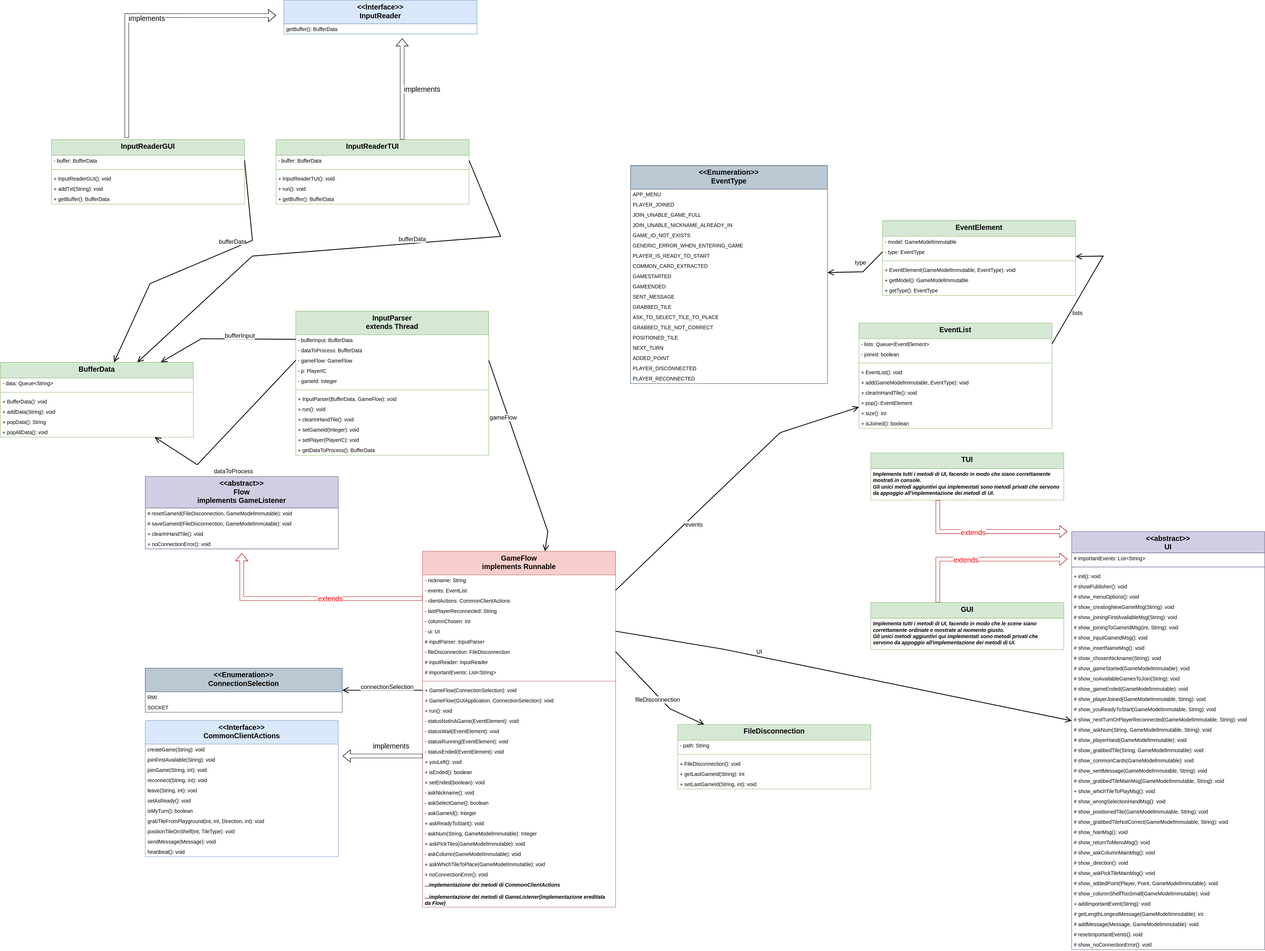
Before: Documents/Presentation Doc/FlowUML/GameFlow_final.svg, a diagram exported from draw.io (TheFedelino01/ing-sw-2023-saccani-spangaro-sanvito-pedersoli). Source tidied: cells renumbered, new cells last; positions are measured from the earlier drawing's top-left corner, leaving out a move shared by most shapes.
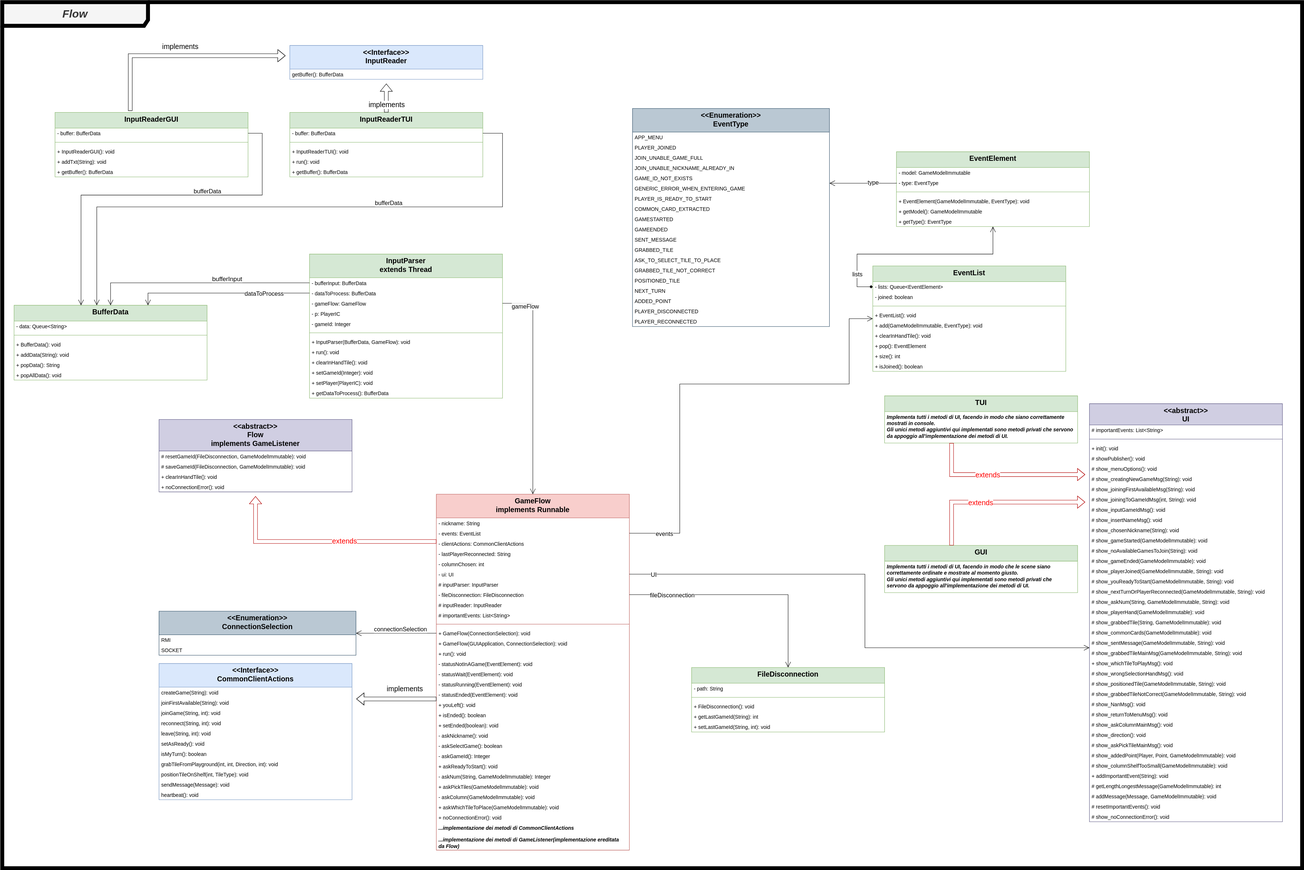
After the commit.

Change to the diagram source:
```diff
@@ -2,6 +2,9 @@
   <root>
     <mxCell id="0" />
     <mxCell id="1" parent="0" />
+    <mxCell id="210" value="&lt;span style=&quot;font-size: 28px;&quot;&gt;&lt;b&gt;&lt;i&gt;Flow&lt;/i&gt;&lt;/b&gt;&lt;/span&gt;" style="shape=umlFrame;whiteSpace=wrap;html=1;width=370;height=60;fillColor=#f5f5f5;strokeColor=#000000;strokeWidth=10;fontColor=#333333;" parent="1" vertex="1">
+      <mxGeometry x="-30" y="150" width="3300" height="2200" as="geometry" />
+    </mxCell>
     <mxCell id="2" value="&lt;&lt;abstract&gt;&gt;&#10;Flow&#10;implements GameListener&#10;" style="swimlane;fontStyle=1;align=center;verticalAlign=top;horizontal=1;startSize=80;fillColor=#d0cee2;strokeColor=#56517e;fontSize=18;" parent="1" vertex="1">
       <mxGeometry x="368" y="1210" width="490" height="184" as="geometry" />
     </mxCell>
@@ -153,7 +156,7 @@
       <mxGeometry y="320" width="490" height="26" as="geometry" />
     </mxCell>
     <mxCell id="52" value="&lt;&lt;abstract&gt;&gt;&#10;UI&#10;" style="swimlane;fontStyle=1;align=center;verticalAlign=top;horizontal=1;startSize=54;fillColor=#d0cee2;strokeColor=#56517e;fontSize=18;" parent="1" vertex="1">
-      <mxGeometry x="2720" y="1350" width="490" height="1062" as="geometry" />
+      <mxGeometry x="2730" y="1170" width="490" height="1062" as="geometry" />
     </mxCell>
     <mxCell id="53" value="# importantEvents: List&lt;String&gt;" style="text;strokeColor=none;fillColor=none;align=left;verticalAlign=top;spacingLeft=4;spacingRight=4;overflow=hidden;fontSize=13;" parent="52" vertex="1">
       <mxGeometry y="54" width="490" height="26" as="geometry" />
@@ -294,7 +297,7 @@
       <mxGeometry y="40" width="490" height="80" as="geometry" />
     </mxCell>
     <mxCell id="99" value="&lt;&lt;Enumeration&gt;&gt;&#10;EventType&#10;&#10;" style="swimlane;fontStyle=1;align=center;verticalAlign=top;horizontal=1;startSize=60;fillColor=#bac8d3;strokeColor=#23445d;fontSize=18;" parent="1" vertex="1">
-      <mxGeometry x="1600" y="420" width="500" height="554" as="geometry" />
+      <mxGeometry x="1570" y="420" width="500" height="554" as="geometry" />
     </mxCell>
     <mxCell id="100" value="APP_MENU" style="text;strokeColor=none;fillColor=none;align=left;verticalAlign=top;spacingLeft=4;spacingRight=4;overflow=hidden;fontSize=13;" parent="99" vertex="1">
       <mxGeometry y="60" width="500" height="26" as="geometry" />
@@ -384,7 +387,7 @@
       <mxGeometry y="242" width="490" height="26" as="geometry" />
     </mxCell>
     <mxCell id="129" value="EventElement" style="swimlane;fontStyle=1;align=center;verticalAlign=top;horizontal=1;startSize=40;fillColor=#d5e8d4;strokeColor=#82b366;fontSize=18;" parent="1" vertex="1">
-      <mxGeometry x="2240" y="560" width="490" height="190" as="geometry" />
+      <mxGeometry x="2240" y="530" width="490" height="190" as="geometry" />
     </mxCell>
     <mxCell id="130" value="- model: GameModelImmutable" style="text;strokeColor=none;fillColor=none;align=left;verticalAlign=top;spacingLeft=4;spacingRight=4;overflow=hidden;fontSize=13;" parent="129" vertex="1">
       <mxGeometry y="40" width="490" height="26" as="geometry" />
@@ -483,13 +486,13 @@
       <mxGeometry y="340" width="490" height="26" as="geometry" />
     </mxCell>
     <mxCell id="162" value="&lt;&lt;Interface&gt;&gt;&#10;InputReader" style="swimlane;fontStyle=1;align=center;verticalAlign=top;horizontal=1;startSize=60;fillColor=#dae8fc;strokeColor=#6c8ebf;fontSize=18;" parent="1" vertex="1">
-      <mxGeometry x="720" width="490" height="86" as="geometry" />
+      <mxGeometry x="700" y="260" width="490" height="86" as="geometry" />
     </mxCell>
     <mxCell id="163" value="getBuffer(): BufferData" style="text;strokeColor=none;fillColor=none;align=left;verticalAlign=top;spacingLeft=4;spacingRight=4;overflow=hidden;fontSize=13;" parent="162" vertex="1">
       <mxGeometry y="60" width="490" height="26" as="geometry" />
     </mxCell>
     <mxCell id="164" value="InputReaderTUI" style="swimlane;fontStyle=1;align=center;verticalAlign=top;horizontal=1;startSize=40;fillColor=#d5e8d4;strokeColor=#82b366;fontSize=18;" parent="1" vertex="1">
-      <mxGeometry x="700" y="354" width="490" height="164" as="geometry" />
+      <mxGeometry x="700" y="430" width="490" height="164" as="geometry" />
     </mxCell>
     <mxCell id="165" value="- buffer: BufferData" style="text;strokeColor=none;fillColor=none;align=left;verticalAlign=top;spacingLeft=4;spacingRight=4;overflow=hidden;points=[[0,0.5],[1,0.5]];portConstraint=eastwest;fontSize=13;" parent="164" vertex="1">
       <mxGeometry y="40" width="490" height="26" as="geometry" />
@@ -507,7 +510,7 @@
       <mxGeometry y="138" width="490" height="26" as="geometry" />
     </mxCell>
     <mxCell id="170" value="InputReaderGUI" style="swimlane;fontStyle=1;align=center;verticalAlign=top;horizontal=1;startSize=40;fillColor=#d5e8d4;strokeColor=#82b366;fontSize=18;" parent="1" vertex="1">
-      <mxGeometry x="130" y="354" width="490" height="164" as="geometry" />
+      <mxGeometry x="104" y="430" width="490" height="164" as="geometry" />
     </mxCell>
     <mxCell id="171" value="- buffer: BufferData" style="text;strokeColor=none;fillColor=none;align=left;verticalAlign=top;spacingLeft=4;spacingRight=4;overflow=hidden;points=[[0,0.5],[1,0.5]];portConstraint=eastwest;fontSize=13;" parent="170" vertex="1">
       <mxGeometry y="40" width="490" height="26" as="geometry" />
@@ -518,12 +521,11 @@
     <mxCell id="173" value="+ InputReaderGUI(): void" style="text;strokeColor=none;fillColor=none;align=left;verticalAlign=top;spacingLeft=4;spacingRight=4;overflow=hidden;fontSize=13;" parent="170" vertex="1">
       <mxGeometry y="86" width="490" height="26" as="geometry" />
     </mxCell>
-    <mxCell id="174" style="edgeStyle=orthogonalEdgeStyle;shape=flexArrow;rounded=0;orthogonalLoop=1;jettySize=auto;html=1;strokeColor=default;strokeWidth=1;fontSize=18;startArrow=none;startFill=0;endArrow=classic;endFill=0;targetPerimeterSpacing=11;" parent="170" edge="1">
+    <mxCell id="174" style="edgeStyle=orthogonalEdgeStyle;shape=flexArrow;rounded=0;jettySize=auto;html=1;strokeColor=default;strokeWidth=1;fontSize=18;startArrow=none;startFill=0;endArrow=classic;endFill=0;targetPerimeterSpacing=11;" parent="170" edge="1" target="162">
       <mxGeometry relative="1" as="geometry">
         <mxPoint x="191" y="-4" as="sourcePoint" />
-        <mxPoint x="570" y="-315" as="targetPoint" />
         <Array as="points">
-          <mxPoint x="191" y="-315" />
+          <mxPoint x="191" y="-144" />
         </Array>
       </mxGeometry>
     </mxCell>
@@ -539,16 +541,11 @@
       <mxGeometry y="138" width="490" height="26" as="geometry" />
     </mxCell>
     <mxCell id="178" style="edgeStyle=orthogonalEdgeStyle;shape=flexArrow;rounded=0;jettySize=auto;html=1;strokeColor=default;strokeWidth=1;fontSize=18;startArrow=none;startFill=0;endArrow=classic;endFill=0;targetPerimeterSpacing=11;" parent="1" edge="1" source="164" target="162">
-      <mxGeometry relative="1" as="geometry">
-        <Array as="points">
-          <mxPoint x="1020" y="220" />
-          <mxPoint x="1020" y="220" />
-        </Array>
-      </mxGeometry>
+      <mxGeometry relative="1" as="geometry" />
     </mxCell>
     <mxCell id="179" value="implements" style="edgeLabel;html=1;align=center;verticalAlign=middle;fontSize=18;" parent="178" vertex="1">
       <mxGeometry x="-0.18" y="-1" relative="1" as="geometry">
-        <mxPoint x="48" y="-25" as="offset" />
+        <mxPoint x="-1" y="10" as="offset" />
       </mxGeometry>
     </mxCell>
     <mxCell id="180" style="edgeStyle=orthogonalEdgeStyle;shape=flexArrow;rounded=0;jettySize=auto;html=1;strokeColor=#B20000;strokeWidth=1;fontSize=18;startArrow=none;startFill=0;endArrow=classic;endFill=0;targetPerimeterSpacing=11;fillColor=none;" parent="1" edge="1" source="95" target="52">
@@ -594,47 +591,40 @@
         <mxPoint x="2" y="-25" as="offset" />
       </mxGeometry>
     </mxCell>
-    <mxCell id="188" style="endArrow=open;endFill=1;endSize=12;html=1;rounded=0;strokeWidth=2;" parent="1" edge="1" source="150" target="136">
-      <mxGeometry relative="1" as="geometry">
-        <Array as="points">
-          <mxPoint x="510" y="860" />
-        </Array>
-      </mxGeometry>
+    <mxCell id="188" style="endArrow=open;endFill=1;endSize=12;html=1;rounded=0;strokeWidth=1;edgeStyle=orthogonalEdgeStyle;" parent="1" edge="1" source="150" target="136">
+      <mxGeometry relative="1" as="geometry" />
     </mxCell>
     <mxCell id="189" value="&lt;font style=&quot;font-size: 16px;&quot;&gt;bufferInput&lt;/font&gt;" style="edgeLabel;html=1;align=center;verticalAlign=middle;" parent="188" vertex="1">
       <mxGeometry x="-0.34" y="4" relative="1" as="geometry">
         <mxPoint x="-24" y="-15" as="offset" />
       </mxGeometry>
     </mxCell>
-    <mxCell id="190" style="endArrow=open;endFill=1;endSize=12;html=1;rounded=0;strokeWidth=2;exitX=0;exitY=0.5;exitDx=0;exitDy=0;" parent="1" edge="1" source="152" target="136">
+    <mxCell id="190" style="endArrow=open;endFill=1;endSize=12;html=1;rounded=0;strokeWidth=1;edgeStyle=orthogonalEdgeStyle;" parent="1" edge="1" source="151" target="136">
       <mxGeometry relative="1" as="geometry">
         <Array as="points">
-          <mxPoint x="500" y="1180" />
+          <mxPoint x="340" y="889" />
         </Array>
       </mxGeometry>
     </mxCell>
     <mxCell id="191" value="&lt;font style=&quot;font-size: 15px;&quot;&gt;dataToProcess&lt;/font&gt;" style="edgeLabel;html=1;align=center;verticalAlign=middle;" parent="190" vertex="1">
       <mxGeometry x="-0.34" y="4" relative="1" as="geometry">
-        <mxPoint x="-50" y="157" as="offset" />
+        <mxPoint x="30" y="-4" as="offset" />
       </mxGeometry>
     </mxCell>
-    <mxCell id="192" style="endArrow=open;endFill=1;endSize=12;html=1;rounded=0;strokeWidth=2;exitX=1;exitY=0.5;exitDx=0;exitDy=0;" parent="1" edge="1" source="152" target="7">
-      <mxGeometry relative="1" as="geometry">
-        <Array as="points">
-          <mxPoint x="1390" y="1350" />
-        </Array>
-      </mxGeometry>
+    <mxCell id="192" style="endArrow=open;endFill=1;endSize=12;html=1;rounded=0;strokeWidth=1;exitX=1;exitY=0.5;exitDx=0;exitDy=0;edgeStyle=orthogonalEdgeStyle;" parent="1" edge="1" source="152" target="7">
+      <mxGeometry relative="1" as="geometry" />
     </mxCell>
     <mxCell id="193" value="&lt;font style=&quot;font-size: 15px;&quot;&gt;gameFlow&lt;/font&gt;" style="edgeLabel;html=1;align=center;verticalAlign=middle;" parent="192" vertex="1">
       <mxGeometry x="-0.34" y="4" relative="1" as="geometry">
-        <mxPoint x="-24" y="-15" as="offset" />
+        <mxPoint x="-24" y="-102" as="offset" />
       </mxGeometry>
     </mxCell>
-    <mxCell id="194" style="endArrow=open;endFill=1;endSize=12;html=1;rounded=0;strokeWidth=2;exitX=1;exitY=0.5;exitDx=0;exitDy=0;" parent="1" edge="1" source="165" target="136">
+    <mxCell id="194" style="endArrow=open;endFill=1;endSize=12;html=1;rounded=0;strokeWidth=1;exitX=1;exitY=0.5;exitDx=0;exitDy=0;edgeStyle=orthogonalEdgeStyle;" parent="1" edge="1" source="165" target="136">
       <mxGeometry relative="1" as="geometry">
         <Array as="points">
-          <mxPoint x="1270" y="600" />
-          <mxPoint x="640" y="650" />
+          <mxPoint x="1240" y="483" />
+          <mxPoint x="1240" y="670" />
+          <mxPoint x="210" y="670" />
         </Array>
       </mxGeometry>
     </mxCell>
@@ -643,11 +633,12 @@
         <mxPoint x="-24" y="-15" as="offset" />
       </mxGeometry>
     </mxCell>
-    <mxCell id="196" style="endArrow=open;endFill=1;endSize=12;html=1;rounded=0;strokeWidth=2;exitX=1;exitY=0.5;exitDx=0;exitDy=0;" parent="1" edge="1" source="171" target="136">
+    <mxCell id="196" style="endArrow=open;endFill=1;endSize=12;html=1;rounded=0;strokeWidth=1;exitX=1;exitY=0.5;exitDx=0;exitDy=0;edgeStyle=orthogonalEdgeStyle;" parent="1" edge="1" source="171" target="136">
       <mxGeometry relative="1" as="geometry">
         <Array as="points">
-          <mxPoint x="640" y="610" />
-          <mxPoint x="380" y="720" />
+          <mxPoint x="630" y="483" />
+          <mxPoint x="630" y="640" />
+          <mxPoint x="170" y="640" />
         </Array>
       </mxGeometry>
     </mxCell>
@@ -656,7 +647,7 @@
         <mxPoint x="-24" y="-15" as="offset" />
       </mxGeometry>
     </mxCell>
-    <mxCell id="198" style="endArrow=open;endFill=1;endSize=12;html=1;rounded=0;strokeWidth=2;exitX=0;exitY=0.5;exitDx=0;exitDy=0;" parent="1" edge="1" source="19" target="92">
+    <mxCell id="198" style="endArrow=open;endFill=1;endSize=12;html=1;rounded=0;strokeWidth=1;exitX=0;exitY=0.5;exitDx=0;exitDy=0;" parent="1" edge="1" source="19" target="92">
       <mxGeometry relative="1" as="geometry" />
     </mxCell>
     <mxCell id="199" value="&lt;font style=&quot;font-size: 15px;&quot;&gt;connectionSelection&lt;/font&gt;" style="edgeLabel;html=1;align=center;verticalAlign=middle;" parent="198" vertex="1">
@@ -664,64 +655,67 @@
         <mxPoint x="-24" y="-15" as="offset" />
       </mxGeometry>
     </mxCell>
-    <mxCell id="200" style="endArrow=open;endFill=1;endSize=12;html=1;rounded=0;strokeWidth=2;exitX=1;exitY=0.5;exitDx=0;exitDy=0;" parent="1" edge="1" source="13" target="52">
+    <mxCell id="200" style="endArrow=open;endFill=1;endSize=12;html=1;rounded=0;strokeWidth=1;exitX=1;exitY=0.5;exitDx=0;exitDy=0;edgeStyle=orthogonalEdgeStyle;" parent="1" edge="1" source="13" target="52">
       <mxGeometry relative="1" as="geometry">
         <Array as="points">
-          <mxPoint x="1837" y="1649" />
+          <mxPoint x="2160" y="1603" />
+          <mxPoint x="2160" y="1790" />
         </Array>
       </mxGeometry>
     </mxCell>
     <mxCell id="201" value="&lt;font style=&quot;font-size: 15px;&quot;&gt;UI&lt;/font&gt;" style="edgeLabel;html=1;align=center;verticalAlign=middle;" parent="200" vertex="1">
       <mxGeometry x="-0.34" y="4" relative="1" as="geometry">
-        <mxPoint x="-24" y="-15" as="offset" />
+        <mxPoint x="-388" y="4" as="offset" />
       </mxGeometry>
     </mxCell>
-    <mxCell id="202" style="endArrow=open;endFill=1;endSize=12;html=1;rounded=0;strokeWidth=2;exitX=1;exitY=0.5;exitDx=0;exitDy=0;" parent="1" edge="1" source="120" target="129">
+    <mxCell id="202" style="endArrow=open;endFill=1;endSize=12;html=1;rounded=0;strokeWidth=1;edgeStyle=orthogonalEdgeStyle;startArrow=diamond;startFill=1;" parent="1" edge="1" source="120" target="129">
       <mxGeometry relative="1" as="geometry">
         <Array as="points">
-          <mxPoint x="2800" y="650" />
+          <mxPoint x="2140" y="873" />
+          <mxPoint x="2140" y="790" />
+          <mxPoint x="2485" y="790" />
         </Array>
       </mxGeometry>
     </mxCell>
     <mxCell id="203" value="&lt;font style=&quot;font-size: 15px;&quot;&gt;lists&lt;/font&gt;" style="edgeLabel;html=1;align=center;verticalAlign=middle;" parent="202" vertex="1">
       <mxGeometry x="-0.34" y="4" relative="1" as="geometry">
-        <mxPoint x="12" y="14" as="offset" />
+        <mxPoint x="-55" y="54" as="offset" />
       </mxGeometry>
     </mxCell>
-    <mxCell id="204" style="endArrow=open;endFill=1;endSize=12;html=1;rounded=0;strokeWidth=2;exitX=0;exitY=0.5;exitDx=0;exitDy=0;" parent="1" edge="1" source="131" target="99">
+    <mxCell id="204" style="endArrow=open;endFill=1;endSize=12;html=1;rounded=0;strokeWidth=1;exitX=0;exitY=0.5;exitDx=0;exitDy=0;edgeStyle=orthogonalEdgeStyle;" parent="1" edge="1" source="131" target="99">
       <mxGeometry relative="1" as="geometry">
         <Array as="points">
-          <mxPoint x="2190" y="690" />
+          <mxPoint x="2150" y="610" />
+          <mxPoint x="2150" y="610" />
         </Array>
       </mxGeometry>
     </mxCell>
     <mxCell id="205" value="&lt;font style=&quot;font-size: 15px;&quot;&gt;type&lt;/font&gt;" style="edgeLabel;html=1;align=center;verticalAlign=middle;" parent="204" vertex="1">
       <mxGeometry x="-0.34" y="4" relative="1" as="geometry">
-        <mxPoint x="-24" y="-15" as="offset" />
+        <mxPoint x="-4" y="-7" as="offset" />
       </mxGeometry>
     </mxCell>
-    <mxCell id="206" style="endArrow=open;endFill=1;endSize=12;html=1;rounded=0;strokeWidth=2;exitX=1;exitY=0.5;exitDx=0;exitDy=0;" parent="1" edge="1" source="9" target="119">
+    <mxCell id="206" style="endArrow=open;endFill=1;endSize=12;html=1;rounded=0;strokeWidth=1;exitX=1;exitY=0.5;exitDx=0;exitDy=0;edgeStyle=orthogonalEdgeStyle;" parent="1" edge="1" source="9" target="119">
       <mxGeometry relative="1" as="geometry">
         <Array as="points">
-          <mxPoint x="1980" y="1098.5" />
+          <mxPoint x="1690" y="1499" />
+          <mxPoint x="1690" y="1120" />
+          <mxPoint x="2120" y="1120" />
+          <mxPoint x="2120" y="954" />
         </Array>
       </mxGeometry>
     </mxCell>
     <mxCell id="207" value="&lt;font style=&quot;font-size: 15px;&quot;&gt;events&lt;/font&gt;" style="edgeLabel;html=1;align=center;verticalAlign=middle;" parent="206" vertex="1">
       <mxGeometry x="-0.34" y="4" relative="1" as="geometry">
-        <mxPoint x="12" y="14" as="offset" />
+        <mxPoint x="-36" y="258" as="offset" />
       </mxGeometry>
     </mxCell>
-    <mxCell id="208" style="endArrow=open;endFill=1;endSize=12;html=1;rounded=0;strokeWidth=2;exitX=1;exitY=0.5;exitDx=0;exitDy=0;" parent="1" edge="1" source="15" target="143">
-      <mxGeometry relative="1" as="geometry">
-        <Array as="points">
-          <mxPoint x="1700" y="1800" />
-        </Array>
-      </mxGeometry>
+    <mxCell id="208" style="endArrow=open;endFill=1;endSize=12;html=1;rounded=0;strokeWidth=1;exitX=1;exitY=0.5;exitDx=0;exitDy=0;edgeStyle=orthogonalEdgeStyle;" parent="1" edge="1" source="15" target="143">
+      <mxGeometry relative="1" as="geometry" />
     </mxCell>
     <mxCell id="209" value="&lt;font style=&quot;font-size: 15px;&quot;&gt;fileDisconnection&lt;/font&gt;" style="edgeLabel;html=1;align=center;verticalAlign=middle;" parent="208" vertex="1">
       <mxGeometry x="-0.34" y="4" relative="1" as="geometry">
-        <mxPoint x="33" y="50" as="offset" />
+        <mxPoint x="-87" y="4" as="offset" />
       </mxGeometry>
     </mxCell>
   </root>
```
